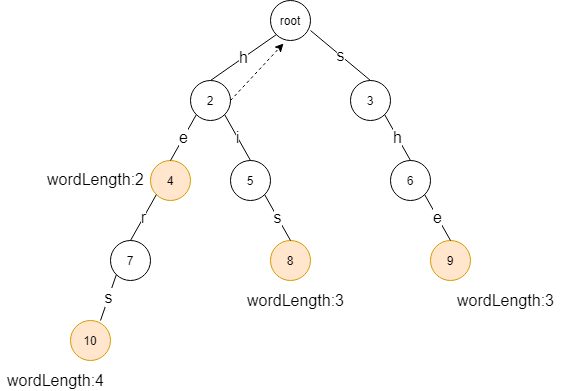
The draw.io diagram images/automation-4.png in guozhchun/guozhchun.github.io, before a commit. Source tidied: cells renumbered, new cells last; positions are measured from the earlier drawing's top-left corner, leaving out a move shared by most shapes. Source of this version:
```xml
<mxGraphModel>
  <root>
    <mxCell id="0" />
    <mxCell id="1" parent="0" />
    <mxCell id="2" value="root" style="ellipse;whiteSpace=wrap;html=1;" parent="1" vertex="1">
      <mxGeometry x="270" width="40" height="40" as="geometry" />
    </mxCell>
    <mxCell id="3" value="2" style="ellipse;whiteSpace=wrap;html=1;" parent="1" vertex="1">
      <mxGeometry x="190" y="80" width="40" height="40" as="geometry" />
    </mxCell>
    <mxCell id="4" value="&lt;font size=&quot;3&quot;&gt;h&lt;/font&gt;" style="endArrow=none;html=1;entryX=0;entryY=1;entryDx=0;entryDy=0;" parent="1" edge="1" target="2">
      <mxGeometry relative="1" as="geometry">
        <mxPoint x="210" y="80" as="sourcePoint" />
      </mxGeometry>
    </mxCell>
    <mxCell id="5" value="4" style="ellipse;whiteSpace=wrap;html=1;fillColor=#ffe6cc;strokeColor=#d79b00;" parent="1" vertex="1">
      <mxGeometry x="150" y="160" width="40" height="40" as="geometry" />
    </mxCell>
    <mxCell id="6" value="5" style="ellipse;whiteSpace=wrap;html=1;" parent="1" vertex="1">
      <mxGeometry x="230" y="160" width="40" height="40" as="geometry" />
    </mxCell>
    <mxCell id="7" value="&lt;font size=&quot;3&quot;&gt;e&lt;/font&gt;" style="endArrow=none;html=1;entryX=0;entryY=1;entryDx=0;entryDy=0;exitX=0.5;exitY=0;exitDx=0;exitDy=0;" parent="1" edge="1" source="5" target="3">
      <mxGeometry relative="1" as="geometry" />
    </mxCell>
    <mxCell id="8" value="&lt;span style=&quot;font-size: 16px&quot;&gt;i&lt;br&gt;&lt;/span&gt;" style="endArrow=none;html=1;entryX=1;entryY=1;entryDx=0;entryDy=0;exitX=0.5;exitY=0;exitDx=0;exitDy=0;" parent="1" edge="1" source="6" target="3">
      <mxGeometry relative="1" as="geometry" />
    </mxCell>
    <mxCell id="9" value="3" style="ellipse;whiteSpace=wrap;html=1;" parent="1" vertex="1">
      <mxGeometry x="350" y="80" width="40" height="40" as="geometry" />
    </mxCell>
    <mxCell id="10" value="9" style="ellipse;whiteSpace=wrap;html=1;fillColor=#ffe6cc;strokeColor=#d79b00;" parent="1" vertex="1">
      <mxGeometry x="430" y="240" width="40" height="40" as="geometry" />
    </mxCell>
    <mxCell id="11" value="6" style="ellipse;whiteSpace=wrap;html=1;" parent="1" vertex="1">
      <mxGeometry x="390" y="160" width="40" height="40" as="geometry" />
    </mxCell>
    <mxCell id="12" value="&lt;font size=&quot;3&quot;&gt;e&lt;/font&gt;" style="endArrow=none;html=1;exitX=0.5;exitY=0;exitDx=0;exitDy=0;entryX=1;entryY=1;entryDx=0;entryDy=0;" parent="1" edge="1" source="10" target="11">
      <mxGeometry relative="1" as="geometry" />
    </mxCell>
    <mxCell id="13" value="&lt;font size=&quot;3&quot;&gt;h&lt;/font&gt;" style="endArrow=none;html=1;entryX=1;entryY=1;entryDx=0;entryDy=0;exitX=0.5;exitY=0;exitDx=0;exitDy=0;" parent="1" edge="1" source="11" target="9">
      <mxGeometry relative="1" as="geometry" />
    </mxCell>
    <mxCell id="14" value="&lt;font size=&quot;3&quot;&gt;s&lt;/font&gt;" style="endArrow=none;html=1;exitX=0.5;exitY=0;exitDx=0;exitDy=0;" parent="1" edge="1" source="9">
      <mxGeometry relative="1" as="geometry">
        <mxPoint x="310" y="30" as="targetPoint" />
      </mxGeometry>
    </mxCell>
    <mxCell id="15" value="7" style="ellipse;whiteSpace=wrap;html=1;" parent="1" vertex="1">
      <mxGeometry x="110" y="240" width="40" height="40" as="geometry" />
    </mxCell>
    <mxCell id="16" value="&lt;font style=&quot;font-size: 16px&quot;&gt;r&lt;/font&gt;" style="endArrow=none;html=1;entryX=0;entryY=1;entryDx=0;entryDy=0;exitX=0.5;exitY=0;exitDx=0;exitDy=0;" parent="1" edge="1" source="15" target="5">
      <mxGeometry relative="1" as="geometry" />
    </mxCell>
    <mxCell id="17" value="10" style="ellipse;whiteSpace=wrap;html=1;fillColor=#ffe6cc;strokeColor=#d79b00;" parent="1" vertex="1">
      <mxGeometry x="70" y="320" width="40" height="40" as="geometry" />
    </mxCell>
    <mxCell id="18" value="&lt;font style=&quot;font-size: 16px&quot;&gt;s&lt;/font&gt;" style="endArrow=none;html=1;exitX=0.75;exitY=0;exitDx=0;exitDy=0;exitPerimeter=0;entryX=0;entryY=1;entryDx=0;entryDy=0;" parent="1" edge="1" source="17" target="15">
      <mxGeometry relative="1" as="geometry" />
    </mxCell>
    <mxCell id="19" value="8" style="ellipse;whiteSpace=wrap;html=1;fillColor=#ffe6cc;strokeColor=#d79b00;" parent="1" vertex="1">
      <mxGeometry x="270" y="240" width="40" height="40" as="geometry" />
    </mxCell>
    <mxCell id="20" value="&lt;font style=&quot;font-size: 16px&quot;&gt;s&lt;/font&gt;" style="endArrow=none;html=1;exitX=0.5;exitY=0;exitDx=0;exitDy=0;entryX=1;entryY=1;entryDx=0;entryDy=0;" parent="1" edge="1" source="19" target="6">
      <mxGeometry relative="1" as="geometry" />
    </mxCell>
    <mxCell id="21" value="&lt;font style=&quot;font-size: 16px&quot;&gt;wordLength:2&lt;/font&gt;" style="text;html=1;align=center;verticalAlign=middle;" parent="1" vertex="1">
      <mxGeometry x="40" y="169" width="110" height="20" as="geometry" />
    </mxCell>
    <mxCell id="22" value="&lt;font style=&quot;font-size: 16px&quot;&gt;wordLength:4&lt;/font&gt;" style="text;html=1;align=center;verticalAlign=middle;" parent="1" vertex="1">
      <mxGeometry y="370" width="110" height="20" as="geometry" />
    </mxCell>
    <mxCell id="23" value="&lt;font style=&quot;font-size: 16px&quot;&gt;wordLength:3&lt;/font&gt;" style="text;html=1;align=center;verticalAlign=middle;" parent="1" vertex="1">
      <mxGeometry x="240" y="290" width="110" height="20" as="geometry" />
    </mxCell>
    <mxCell id="24" value="&lt;font style=&quot;font-size: 16px&quot;&gt;wordLength:3&lt;/font&gt;" style="text;html=1;align=center;verticalAlign=middle;" parent="1" vertex="1">
      <mxGeometry x="450" y="290" width="110" height="20" as="geometry" />
    </mxCell>
    <mxCell id="25" style="endArrow=classic;html=1;exitX=1;exitY=0.5;exitDx=0;exitDy=0;entryX=0.325;entryY=1.075;entryDx=0;entryDy=0;entryPerimeter=0;dashed=1;" parent="1" edge="1" source="3" target="2">
      <mxGeometry relative="1" as="geometry" />
    </mxCell>
  </root>
</mxGraphModel>
```
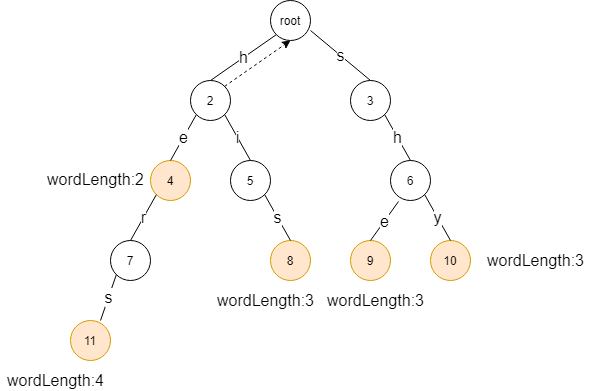
After the change.

The edit, as a diff of the source:
```diff
@@ -28,13 +28,13 @@
     <mxCell id="9" value="3" style="ellipse;whiteSpace=wrap;html=1;" parent="1" vertex="1">
       <mxGeometry x="350" y="80" width="40" height="40" as="geometry" />
     </mxCell>
-    <mxCell id="10" value="9" style="ellipse;whiteSpace=wrap;html=1;fillColor=#ffe6cc;strokeColor=#d79b00;" parent="1" vertex="1">
-      <mxGeometry x="430" y="240" width="40" height="40" as="geometry" />
+    <mxCell id="10" value="9" style="ellipse;whiteSpace=wrap;html=1;fillColor=#ffe6cc;strokeColor=#d79b00;direction=west;" parent="1" vertex="1">
+      <mxGeometry x="350" y="240" width="40" height="40" as="geometry" />
     </mxCell>
     <mxCell id="11" value="6" style="ellipse;whiteSpace=wrap;html=1;" parent="1" vertex="1">
       <mxGeometry x="390" y="160" width="40" height="40" as="geometry" />
     </mxCell>
-    <mxCell id="12" value="&lt;font size=&quot;3&quot;&gt;e&lt;/font&gt;" style="endArrow=none;html=1;exitX=0.5;exitY=0;exitDx=0;exitDy=0;entryX=1;entryY=1;entryDx=0;entryDy=0;" parent="1" edge="1" source="10" target="11">
+    <mxCell id="12" value="&lt;font size=&quot;3&quot;&gt;e&lt;/font&gt;" style="endArrow=none;html=1;exitX=0.5;exitY=1;exitDx=0;exitDy=0;entryX=0.2;entryY=1.025;entryDx=0;entryDy=0;entryPerimeter=0;" parent="1" edge="1" source="10" target="11">
       <mxGeometry relative="1" as="geometry" />
     </mxCell>
     <mxCell id="13" value="&lt;font size=&quot;3&quot;&gt;h&lt;/font&gt;" style="endArrow=none;html=1;entryX=1;entryY=1;entryDx=0;entryDy=0;exitX=0.5;exitY=0;exitDx=0;exitDy=0;" parent="1" edge="1" source="11" target="9">
@@ -51,7 +51,7 @@
     <mxCell id="16" value="&lt;font style=&quot;font-size: 16px&quot;&gt;r&lt;/font&gt;" style="endArrow=none;html=1;entryX=0;entryY=1;entryDx=0;entryDy=0;exitX=0.5;exitY=0;exitDx=0;exitDy=0;" parent="1" edge="1" source="15" target="5">
       <mxGeometry relative="1" as="geometry" />
     </mxCell>
-    <mxCell id="17" value="10" style="ellipse;whiteSpace=wrap;html=1;fillColor=#ffe6cc;strokeColor=#d79b00;" parent="1" vertex="1">
+    <mxCell id="17" value="11" style="ellipse;whiteSpace=wrap;html=1;fillColor=#ffe6cc;strokeColor=#d79b00;" parent="1" vertex="1">
       <mxGeometry x="70" y="320" width="40" height="40" as="geometry" />
     </mxCell>
     <mxCell id="18" value="&lt;font style=&quot;font-size: 16px&quot;&gt;s&lt;/font&gt;" style="endArrow=none;html=1;exitX=0.75;exitY=0;exitDx=0;exitDy=0;exitPerimeter=0;entryX=0;entryY=1;entryDx=0;entryDy=0;" parent="1" edge="1" source="17" target="15">
@@ -70,12 +70,21 @@
       <mxGeometry y="370" width="110" height="20" as="geometry" />
     </mxCell>
     <mxCell id="23" value="&lt;font style=&quot;font-size: 16px&quot;&gt;wordLength:3&lt;/font&gt;" style="text;html=1;align=center;verticalAlign=middle;" parent="1" vertex="1">
-      <mxGeometry x="240" y="290" width="110" height="20" as="geometry" />
+      <mxGeometry x="210" y="290" width="110" height="20" as="geometry" />
     </mxCell>
     <mxCell id="24" value="&lt;font style=&quot;font-size: 16px&quot;&gt;wordLength:3&lt;/font&gt;" style="text;html=1;align=center;verticalAlign=middle;" parent="1" vertex="1">
-      <mxGeometry x="450" y="290" width="110" height="20" as="geometry" />
+      <mxGeometry x="320" y="290" width="110" height="20" as="geometry" />
     </mxCell>
+    <mxCell id="26" value="10" style="ellipse;whiteSpace=wrap;html=1;fillColor=#ffe6cc;strokeColor=#d79b00;direction=west;" parent="1" vertex="1">
+      <mxGeometry x="430" y="240" width="40" height="40" as="geometry" />
+    </mxCell>
+    <mxCell id="27" value="&lt;font size=&quot;3&quot;&gt;y&lt;/font&gt;" style="endArrow=none;html=1;exitX=0.5;exitY=1;exitDx=0;exitDy=0;entryX=1;entryY=1;entryDx=0;entryDy=0;" parent="1" edge="1" source="26" target="11">
+      <mxGeometry relative="1" as="geometry" />
+    </mxCell>
+    <mxCell id="28" value="&lt;font style=&quot;font-size: 16px&quot;&gt;wordLength:3&lt;/font&gt;" style="text;html=1;align=center;verticalAlign=middle;" parent="1" vertex="1">
+      <mxGeometry x="480" y="250" width="110" height="20" as="geometry" />
+    </mxCell>
-    <mxCell id="25" style="endArrow=classic;html=1;exitX=1;exitY=0.5;exitDx=0;exitDy=0;entryX=0.325;entryY=1.075;entryDx=0;entryDy=0;entryPerimeter=0;dashed=1;" parent="1" edge="1" source="3" target="2">
+    <mxCell id="25" style="endArrow=classic;html=1;dashed=1;exitX=1;exitY=0;exitDx=0;exitDy=0;entryX=0.5;entryY=1;entryDx=0;entryDy=0;" parent="1" edge="1" source="3" target="2">
       <mxGeometry relative="1" as="geometry" />
     </mxCell>
   </root>
```
